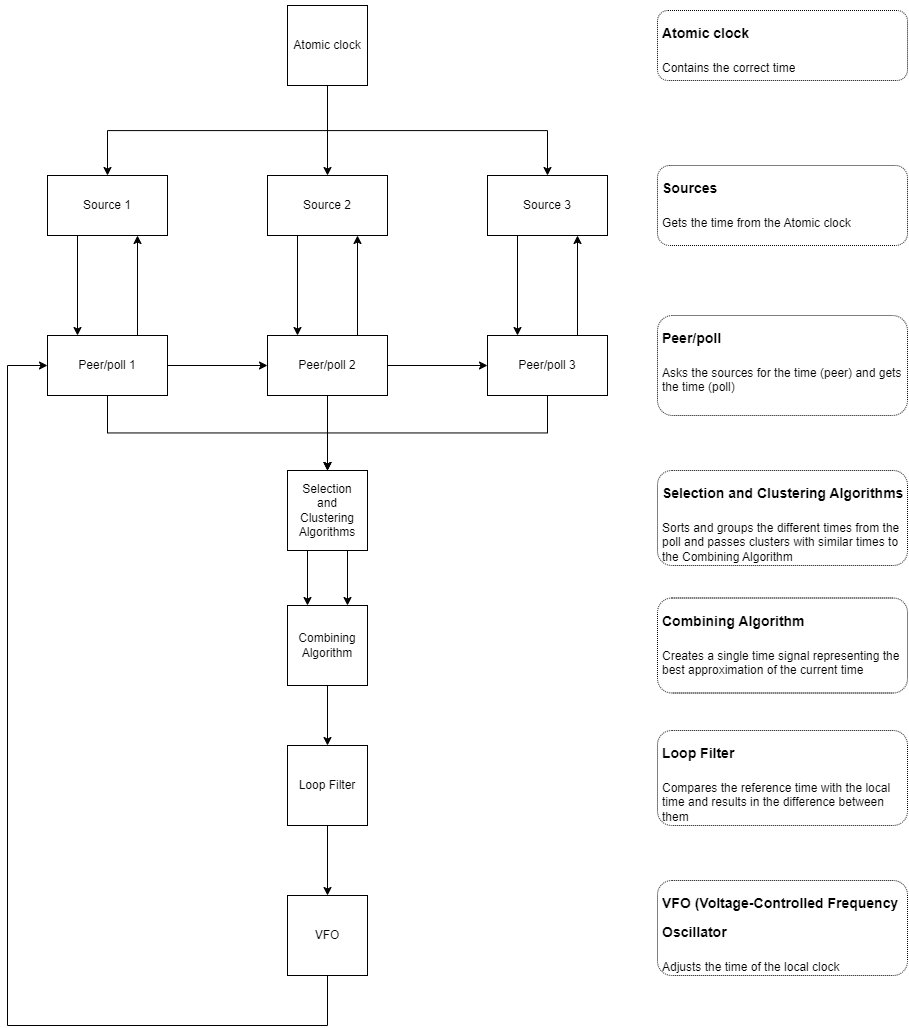
The draw.io diagram docs/img/NTP-diagram-step-by-step.png in atomic-pvk/atomic-project, before a commit. Source tidied: cells renumbered, new cells last; positions are measured from the earlier drawing's top-left corner, leaving out a move shared by most shapes.
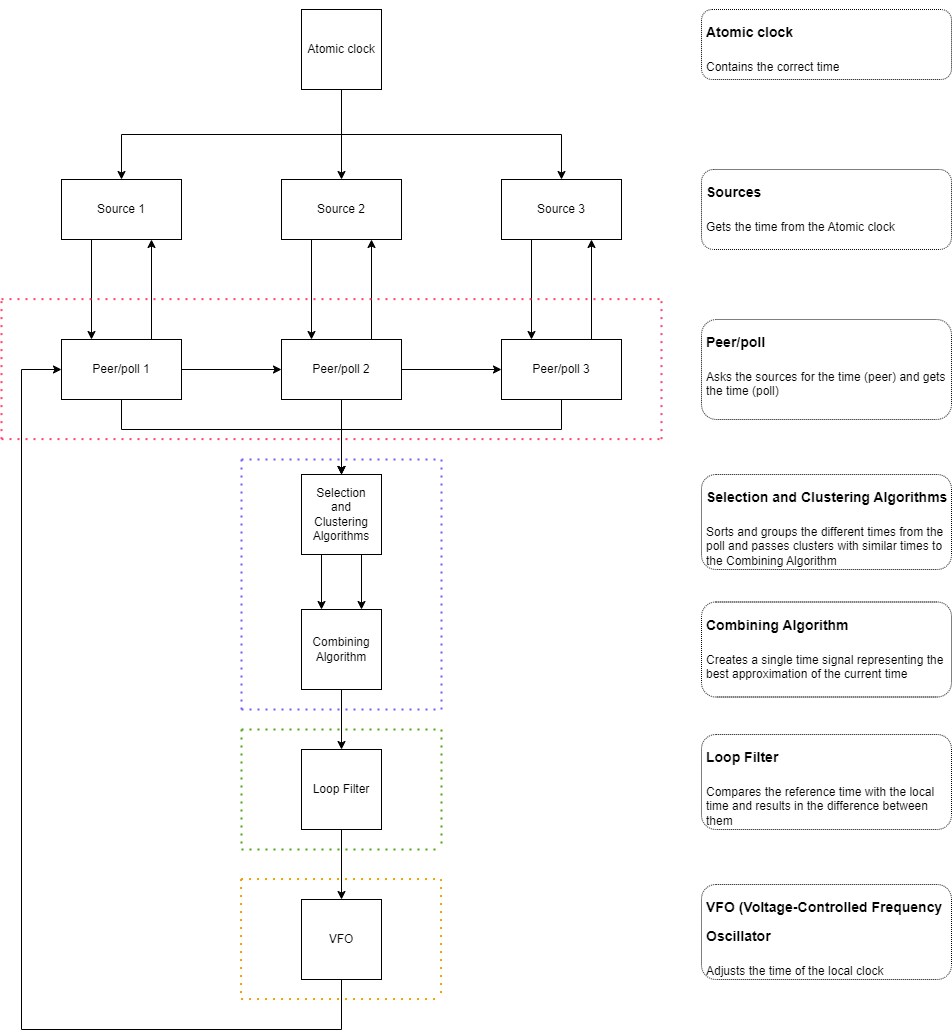
Above is the later version.

Commit message:
updated skeleton code and step by step diagram

Diff of the diagram source:
```diff
@@ -45,7 +45,12 @@
       <mxGeometry x="260" y="330" width="120" height="60" as="geometry" />
     </mxCell>
     <mxCell id="16" style="edgeStyle=orthogonalEdgeStyle;rounded=0;jettySize=auto;html=1;exitX=0.5;exitY=1;exitDx=0;exitDy=0;entryX=0.5;entryY=0;entryDx=0;entryDy=0;" parent="1" edge="1" source="19" target="25">
-      <mxGeometry relative="1" as="geometry" />
+      <mxGeometry relative="1" as="geometry">
+        <Array as="points">
+          <mxPoint x="100" y="420" />
+          <mxPoint x="320" y="420" />
+        </Array>
+      </mxGeometry>
     </mxCell>
     <mxCell id="17" style="edgeStyle=orthogonalEdgeStyle;rounded=0;jettySize=auto;html=1;exitX=0.75;exitY=0;exitDx=0;exitDy=0;entryX=0.75;entryY=1;entryDx=0;entryDy=0;" parent="1" edge="1" source="19" target="7">
       <mxGeometry relative="1" as="geometry" />
@@ -57,7 +62,12 @@
       <mxGeometry x="40" y="330" width="120" height="60" as="geometry" />
     </mxCell>
     <mxCell id="20" style="edgeStyle=orthogonalEdgeStyle;rounded=0;jettySize=auto;html=1;exitX=0.5;exitY=1;exitDx=0;exitDy=0;entryX=0.5;entryY=0;entryDx=0;entryDy=0;" parent="1" edge="1" source="22" target="25">
-      <mxGeometry relative="1" as="geometry" />
+      <mxGeometry relative="1" as="geometry">
+        <Array as="points">
+          <mxPoint x="540" y="420" />
+          <mxPoint x="320" y="420" />
+        </Array>
+      </mxGeometry>
     </mxCell>
     <mxCell id="21" style="edgeStyle=orthogonalEdgeStyle;rounded=0;jettySize=auto;html=1;exitX=0.75;exitY=0;exitDx=0;exitDy=0;entryX=0.75;entryY=1;entryDx=0;entryDy=0;" parent="1" edge="1" source="22" target="11">
       <mxGeometry relative="1" as="geometry" />
@@ -81,19 +91,19 @@
       <mxGeometry x="280" y="600" width="80" height="80" as="geometry" />
     </mxCell>
     <mxCell id="28" value="&lt;h1&gt;&lt;font style=&quot;font-size: 14px;&quot;&gt;Atomic clock&lt;/font&gt;&lt;/h1&gt;&lt;p&gt;&lt;font style=&quot;font-size: 12px;&quot;&gt;Contains the correct time&lt;/font&gt;&lt;/p&gt;" style="text;html=1;spacing=5;spacingTop=-20;whiteSpace=wrap;overflow=hidden;rounded=1;fillColor=none;strokeColor=default;dashed=1;dashPattern=1 1;glass=0;shadow=0;textShadow=0;" parent="1" vertex="1">
-      <mxGeometry x="650" y="5" width="250" height="70" as="geometry" />
+      <mxGeometry x="680" width="250" height="70" as="geometry" />
     </mxCell>
     <mxCell id="29" value="&lt;h1&gt;&lt;span style=&quot;font-size: 14px;&quot;&gt;Sources&lt;/span&gt;&lt;/h1&gt;&lt;p&gt;&lt;font style=&quot;font-size: 12px;&quot;&gt;Gets the time from the Atomic clock&lt;/font&gt;&lt;/p&gt;&lt;p&gt;&lt;span style=&quot;font-size: 10px;&quot;&gt;&lt;br&gt;&lt;/span&gt;&lt;/p&gt;" style="text;html=1;spacing=5;spacingTop=-20;whiteSpace=wrap;overflow=hidden;rounded=1;fillColor=none;strokeColor=default;dashed=1;dashPattern=1 1;glass=0;shadow=0;textShadow=0;" parent="1" vertex="1">
-      <mxGeometry x="650" y="160" width="250" height="80" as="geometry" />
+      <mxGeometry x="680" y="160" width="250" height="80" as="geometry" />
     </mxCell>
     <mxCell id="30" value="&lt;h1&gt;&lt;span style=&quot;font-size: 14px;&quot;&gt;Peer/poll&lt;/span&gt;&lt;/h1&gt;&lt;p&gt;Asks the sources for the time (peer) and gets the time (poll)&lt;/p&gt;" style="text;html=1;spacing=5;spacingTop=-20;whiteSpace=wrap;overflow=hidden;rounded=1;fillColor=none;strokeColor=default;dashed=1;dashPattern=1 1;glass=0;shadow=0;textShadow=0;" parent="1" vertex="1">
-      <mxGeometry x="650" y="310" width="250" height="100" as="geometry" />
+      <mxGeometry x="680" y="310" width="250" height="100" as="geometry" />
     </mxCell>
     <mxCell id="31" value="&lt;h1&gt;&lt;font style=&quot;font-size: 14px;&quot;&gt;Selection and Clustering Algorithms&lt;/font&gt;&lt;/h1&gt;&lt;div&gt;Sorts and groups the different times from the poll and passes clusters with similar times to the Combining Algorithm&lt;/div&gt;&lt;p&gt;&lt;span style=&quot;font-size: 10px;&quot;&gt;&lt;br&gt;&lt;/span&gt;&lt;/p&gt;" style="text;html=1;spacing=5;spacingTop=-20;whiteSpace=wrap;overflow=hidden;rounded=1;fillColor=none;strokeColor=default;dashed=1;dashPattern=1 1;glass=0;shadow=0;textShadow=0;" parent="1" vertex="1">
-      <mxGeometry x="650" y="465" width="250" height="95" as="geometry" />
+      <mxGeometry x="680" y="465" width="250" height="95" as="geometry" />
     </mxCell>
     <mxCell id="32" value="&lt;h1&gt;&lt;font style=&quot;font-size: 14px;&quot;&gt;Combining Algorithm&lt;/font&gt;&lt;/h1&gt;&lt;div&gt;Creates a single time signal representing the best approximation of the current time&lt;/div&gt;&lt;p&gt;&lt;span style=&quot;font-size: 10px;&quot;&gt;&lt;br&gt;&lt;/span&gt;&lt;/p&gt;" style="text;html=1;spacing=5;spacingTop=-20;whiteSpace=wrap;overflow=hidden;rounded=1;fillColor=none;strokeColor=default;dashed=1;dashPattern=1 1;glass=0;shadow=0;textShadow=0;" parent="1" vertex="1">
-      <mxGeometry x="650" y="592.5" width="250" height="95" as="geometry" />
+      <mxGeometry x="680" y="592.5" width="250" height="95" as="geometry" />
     </mxCell>
     <mxCell id="33" style="edgeStyle=orthogonalEdgeStyle;rounded=0;jettySize=auto;html=1;exitX=0.5;exitY=1;exitDx=0;exitDy=0;entryX=0.5;entryY=0;entryDx=0;entryDy=0;" parent="1" edge="1" source="34" target="36">
       <mxGeometry relative="1" as="geometry" />
@@ -102,13 +112,13 @@
       <mxGeometry x="280" y="740" width="80" height="80" as="geometry" />
     </mxCell>
     <mxCell id="35" value="&lt;h1&gt;&lt;font style=&quot;font-size: 14px;&quot;&gt;Loop Filter&lt;/font&gt;&lt;/h1&gt;&lt;div&gt;Compares the reference time with the local time and results in the difference between them&lt;/div&gt;&lt;p&gt;&lt;span style=&quot;font-size: 10px;&quot;&gt;&lt;br&gt;&lt;/span&gt;&lt;/p&gt;" style="text;html=1;spacing=5;spacingTop=-20;whiteSpace=wrap;overflow=hidden;rounded=1;fillColor=none;strokeColor=default;dashed=1;dashPattern=1 1;glass=0;shadow=0;textShadow=0;" parent="1" vertex="1">
-      <mxGeometry x="650" y="725" width="250" height="95" as="geometry" />
+      <mxGeometry x="680" y="725" width="250" height="95" as="geometry" />
     </mxCell>
     <mxCell id="36" value="VFO" style="whiteSpace=wrap;html=1;" parent="1" vertex="1">
       <mxGeometry x="280" y="890" width="80" height="80" as="geometry" />
     </mxCell>
     <mxCell id="37" value="&lt;h1&gt;&lt;font style=&quot;font-size: 14px;&quot;&gt;VFO (Voltage-Controlled Frequency Oscillator&lt;/font&gt;&lt;/h1&gt;&lt;div&gt;Adjusts the time of the local clock&lt;/div&gt;&lt;p&gt;&lt;span style=&quot;font-size: 10px;&quot;&gt;&lt;br&gt;&lt;/span&gt;&lt;/p&gt;" style="text;html=1;spacing=5;spacingTop=-20;whiteSpace=wrap;overflow=hidden;rounded=1;fillColor=none;strokeColor=default;dashed=1;dashPattern=1 1;glass=0;shadow=0;textShadow=0;" parent="1" vertex="1">
-      <mxGeometry x="650" y="875" width="250" height="95" as="geometry" />
+      <mxGeometry x="680" y="875" width="250" height="95" as="geometry" />
     </mxCell>
     <mxCell id="38" style="endArrow=none;html=1;rounded=0;entryX=0.5;entryY=1;entryDx=0;entryDy=0;" parent="1" edge="1" target="36">
       <mxGeometry relative="1" as="geometry">
@@ -132,5 +142,101 @@
         <mxPoint y="360" as="sourcePoint" />
       </mxGeometry>
     </mxCell>
+    <mxCell id="42" style="endArrow=none;dashed=1;html=1;dashPattern=1 3;strokeWidth=2;rounded=0;strokeColor=#FF406C;" parent="1" edge="1">
+      <mxGeometry relative="1" as="geometry">
+        <mxPoint x="-20" y="289.6" as="sourcePoint" />
+        <mxPoint x="640" y="289.6" as="targetPoint" />
+      </mxGeometry>
+    </mxCell>
+    <mxCell id="43" style="endArrow=none;dashed=1;html=1;dashPattern=1 3;strokeWidth=2;rounded=0;strokeColor=#FF406C;" parent="1" edge="1">
+      <mxGeometry relative="1" as="geometry">
+        <mxPoint x="-20" y="429.6" as="sourcePoint" />
+        <mxPoint x="-20" y="289.6" as="targetPoint" />
+      </mxGeometry>
+    </mxCell>
+    <mxCell id="44" style="endArrow=none;dashed=1;html=1;dashPattern=1 3;strokeWidth=2;rounded=0;strokeColor=#FF406C;" parent="1" edge="1">
+      <mxGeometry relative="1" as="geometry">
+        <mxPoint x="-20" y="429.6" as="sourcePoint" />
+        <mxPoint x="640" y="429.6" as="targetPoint" />
+      </mxGeometry>
+    </mxCell>
+    <mxCell id="45" style="endArrow=none;dashed=1;html=1;dashPattern=1 3;strokeWidth=2;rounded=0;strokeColor=#FF406C;" parent="1" edge="1">
+      <mxGeometry relative="1" as="geometry">
+        <mxPoint x="640" y="429.6" as="sourcePoint" />
+        <mxPoint x="640" y="289.6" as="targetPoint" />
+      </mxGeometry>
+    </mxCell>
+    <mxCell id="46" style="endArrow=none;dashed=1;html=1;dashPattern=1 3;strokeWidth=2;rounded=0;strokeColor=#7857FF;" parent="1" edge="1">
+      <mxGeometry relative="1" as="geometry">
+        <mxPoint x="220" y="450" as="sourcePoint" />
+        <mxPoint x="420" y="450" as="targetPoint" />
+      </mxGeometry>
+    </mxCell>
+    <mxCell id="47" style="endArrow=none;dashed=1;html=1;dashPattern=1 3;strokeWidth=2;rounded=0;strokeColor=#7857FF;" parent="1" edge="1">
+      <mxGeometry relative="1" as="geometry">
+        <mxPoint x="220" y="700" as="sourcePoint" />
+        <mxPoint x="420" y="700" as="targetPoint" />
+      </mxGeometry>
+    </mxCell>
+    <mxCell id="48" style="endArrow=none;dashed=1;html=1;dashPattern=1 3;strokeWidth=2;rounded=0;strokeColor=#7857FF;" parent="1" edge="1">
+      <mxGeometry relative="1" as="geometry">
+        <mxPoint x="420" y="700" as="sourcePoint" />
+        <mxPoint x="420" y="450" as="targetPoint" />
+      </mxGeometry>
+    </mxCell>
+    <mxCell id="49" style="endArrow=none;dashed=1;html=1;dashPattern=1 3;strokeWidth=2;rounded=0;strokeColor=#7857FF;" parent="1" edge="1">
+      <mxGeometry relative="1" as="geometry">
+        <mxPoint x="220" y="700" as="sourcePoint" />
+        <mxPoint x="220" y="450" as="targetPoint" />
+      </mxGeometry>
+    </mxCell>
+    <mxCell id="50" style="endArrow=none;dashed=1;html=1;dashPattern=1 3;strokeWidth=2;rounded=0;strokeColor=#4FA60D;" parent="1" edge="1">
+      <mxGeometry relative="1" as="geometry">
+        <mxPoint x="220" y="720" as="sourcePoint" />
+        <mxPoint x="420" y="720" as="targetPoint" />
+      </mxGeometry>
+    </mxCell>
+    <mxCell id="51" style="endArrow=none;dashed=1;html=1;dashPattern=1 3;strokeWidth=2;rounded=0;strokeColor=#4FA60D;" parent="1" edge="1">
+      <mxGeometry relative="1" as="geometry">
+        <mxPoint x="220" y="840" as="sourcePoint" />
+        <mxPoint x="420" y="840" as="targetPoint" />
+      </mxGeometry>
+    </mxCell>
+    <mxCell id="52" style="endArrow=none;dashed=1;html=1;dashPattern=1 3;strokeWidth=2;rounded=0;strokeColor=#4FA60D;" parent="1" edge="1">
+      <mxGeometry relative="1" as="geometry">
+        <mxPoint x="420" y="720" as="sourcePoint" />
+        <mxPoint x="420" y="840" as="targetPoint" />
+      </mxGeometry>
+    </mxCell>
+    <mxCell id="53" style="endArrow=none;dashed=1;html=1;dashPattern=1 3;strokeWidth=2;rounded=0;strokeColor=#4FA60D;" parent="1" edge="1">
+      <mxGeometry relative="1" as="geometry">
+        <mxPoint x="220" y="720" as="sourcePoint" />
+        <mxPoint x="220" y="840" as="targetPoint" />
+      </mxGeometry>
+    </mxCell>
+    <mxCell id="54" style="endArrow=none;dashed=1;html=1;dashPattern=1 3;strokeWidth=2;rounded=0;strokeColor=#F0A000;" parent="1" edge="1">
+      <mxGeometry relative="1" as="geometry">
+        <mxPoint x="219.6" y="869.5" as="sourcePoint" />
+        <mxPoint x="419.6" y="869.5" as="targetPoint" />
+      </mxGeometry>
+    </mxCell>
+    <mxCell id="55" style="endArrow=none;dashed=1;html=1;dashPattern=1 3;strokeWidth=2;rounded=0;strokeColor=#F0A000;" parent="1" edge="1">
+      <mxGeometry relative="1" as="geometry">
+        <mxPoint x="219.6" y="989.5" as="sourcePoint" />
+        <mxPoint x="419.6" y="989.5" as="targetPoint" />
+      </mxGeometry>
+    </mxCell>
+    <mxCell id="56" style="endArrow=none;dashed=1;html=1;dashPattern=1 3;strokeWidth=2;rounded=0;strokeColor=#F0A000;" parent="1" edge="1">
+      <mxGeometry relative="1" as="geometry">
+        <mxPoint x="419.6" y="869.5" as="sourcePoint" />
+        <mxPoint x="419.6" y="989.5" as="targetPoint" />
+      </mxGeometry>
+    </mxCell>
+    <mxCell id="57" style="endArrow=none;dashed=1;html=1;dashPattern=1 3;strokeWidth=2;rounded=0;strokeColor=#F0A000;" parent="1" edge="1">
+      <mxGeometry relative="1" as="geometry">
+        <mxPoint x="219.6" y="869.5" as="sourcePoint" />
+        <mxPoint x="219.6" y="989.5" as="targetPoint" />
+      </mxGeometry>
+    </mxCell>
   </root>
 </mxGraphModel>
```
